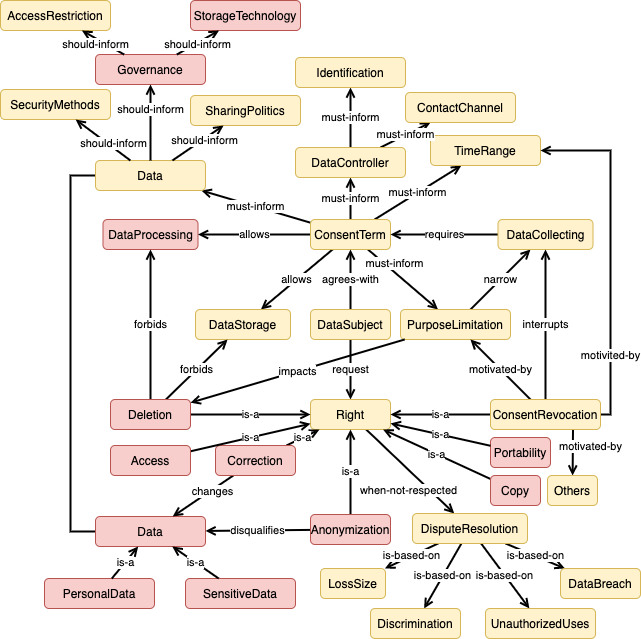
Above: img/DataUnavailabilityImpact.png in phalves/GoDReP (draw.io), before the change. Source tidied: cells renumbered, new cells last; positions are measured from the earlier drawing's top-left corner, leaving out a move shared by most shapes.
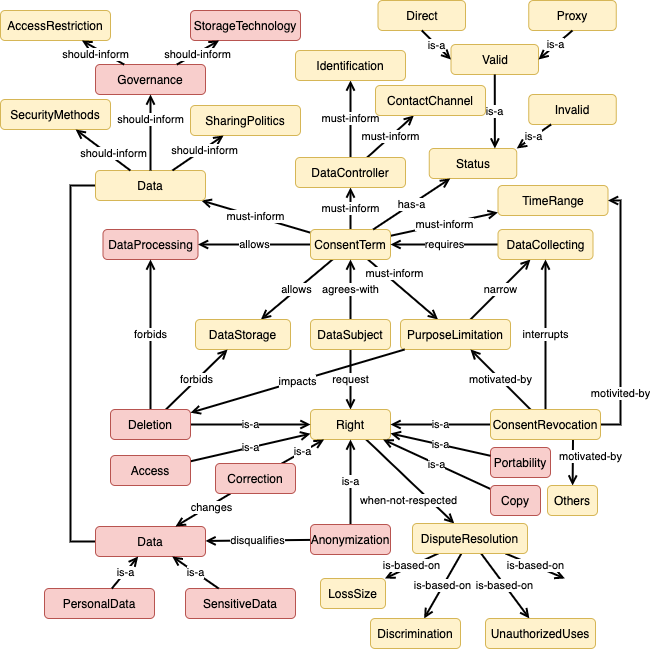
After the change.

Commit message:
Updating the scenario impact images

Diff of the diagram source:
```diff
@@ -33,7 +33,7 @@
       <mxGeometry x="400" y="309" width="110" height="30" as="geometry" />
     </mxCell>
     <mxCell id="12" value="TimeRange" style="rounded=1;whiteSpace=wrap;html=1;fillColor=#fff2cc;strokeColor=#d6b656;" parent="1" vertex="1">
-      <mxGeometry x="430" y="135" width="110" height="30" as="geometry" />
+      <mxGeometry x="497.5" y="175" width="110" height="30" as="geometry" />
     </mxCell>
     <mxCell id="13" value="must-inform" style="edgeStyle=none;rounded=0;jettySize=auto;html=1;endArrow=open;endFill=0;strokeWidth=2;" parent="1" edge="1" source="15" target="19">
       <mxGeometry relative="1" as="geometry" />
@@ -59,10 +59,10 @@
       <mxGeometry relative="1" as="geometry" />
     </mxCell>
     <mxCell id="19" value="Identification" style="rounded=1;whiteSpace=wrap;html=1;fillColor=#fff2cc;strokeColor=#d6b656;" parent="1" vertex="1">
-      <mxGeometry x="295" y="57" width="110" height="30" as="geometry" />
+      <mxGeometry x="295" y="40" width="110" height="30" as="geometry" />
     </mxCell>
     <mxCell id="20" value="ContactChannel" style="rounded=1;whiteSpace=wrap;html=1;fillColor=#fff2cc;strokeColor=#d6b656;" parent="1" vertex="1">
-      <mxGeometry x="405" y="92" width="110" height="30" as="geometry" />
+      <mxGeometry x="375" y="75" width="110" height="30" as="geometry" />
     </mxCell>
     <mxCell id="21" value="Data" style="rounded=1;whiteSpace=wrap;html=1;fillColor=#f8cecc;strokeColor=#b85450;" parent="1" vertex="1">
       <mxGeometry x="95" y="516" width="110" height="30" as="geometry" />
@@ -103,12 +103,12 @@
     <mxCell id="33" value="motivited-by" style="edgeStyle=none;rounded=0;jettySize=auto;html=1;endArrow=open;endFill=0;strokeWidth=2;" parent="1" edge="1" source="35" target="12">
       <mxGeometry x="-0.6" relative="1" as="geometry">
         <Array as="points">
-          <mxPoint x="610" y="414" />
-          <mxPoint x="610" y="150" />
+          <mxPoint x="620" y="414" />
+          <mxPoint x="620" y="190" />
         </Array>
       </mxGeometry>
     </mxCell>
-    <mxCell id="34" value="motivated-by" style="edgeStyle=none;rounded=0;jettySize=auto;html=1;endArrow=open;endFill=0;strokeWidth=2;exitX=0.75;exitY=1;exitDx=0;exitDy=0;" parent="1" edge="1" source="35" target="60">
+    <mxCell id="34" value="motivated-by" style="edgeStyle=none;rounded=0;jettySize=auto;html=1;endArrow=open;endFill=0;strokeWidth=2;exitX=0.75;exitY=1;exitDx=0;exitDy=0;" parent="1" edge="1" source="35" target="59">
       <mxGeometry x="-0.26" y="18" relative="1" as="geometry" />
     </mxCell>
     <mxCell id="35" value="ConsentRevocation" style="rounded=1;whiteSpace=wrap;html=1;fillColor=#fff2cc;strokeColor=#d6b656;" parent="1" vertex="1">
@@ -130,7 +130,7 @@
       <mxGeometry x="-0.29" y="2" relative="1" as="geometry" />
     </mxCell>
     <mxCell id="41" value="Correction" style="rounded=1;whiteSpace=wrap;html=1;fillColor=#f8cecc;strokeColor=#b85450;" parent="1" vertex="1">
-      <mxGeometry x="215" y="445" width="80" height="30" as="geometry" />
+      <mxGeometry x="215" y="453" width="80" height="30" as="geometry" />
     </mxCell>
     <mxCell id="42" value="is-a" style="edgeStyle=none;rounded=0;jettySize=auto;html=1;endArrow=open;endFill=0;strokeWidth=2;" parent="1" edge="1" source="45" target="26">
       <mxGeometry relative="1" as="geometry" />
@@ -156,8 +156,10 @@
     <mxCell id="49" value="is-based-on" style="edgeStyle=none;rounded=0;jettySize=auto;html=1;endArrow=open;endFill=0;strokeWidth=2;" parent="1" edge="1" source="51" target="54">
       <mxGeometry relative="1" as="geometry" />
     </mxCell>
-    <mxCell id="50" value="is-based-on" style="edgeStyle=none;rounded=0;jettySize=auto;html=1;endArrow=open;endFill=0;strokeWidth=2;" parent="1" edge="1" source="51" target="55">
-      <mxGeometry relative="1" as="geometry" />
+    <mxCell id="50" value="is-based-on" style="edgeStyle=none;rounded=0;jettySize=auto;html=1;endArrow=open;endFill=0;strokeWidth=2;" parent="1" edge="1" source="51">
+      <mxGeometry relative="1" as="geometry">
+        <mxPoint x="564.4" y="568" as="targetPoint" />
+      </mxGeometry>
     </mxCell>
     <mxCell id="51" value="DisputeResolution" style="rounded=1;whiteSpace=wrap;html=1;fillColor=#fff2cc;strokeColor=#d6b656;" parent="1" vertex="1">
       <mxGeometry x="412" y="513" width="115" height="30" as="geometry" />
@@ -171,74 +173,101 @@
     <mxCell id="54" value="UnauthorizedUses" style="rounded=1;whiteSpace=wrap;html=1;fillColor=#fff2cc;strokeColor=#d6b656;" parent="1" vertex="1">
       <mxGeometry x="485" y="608" width="110" height="30" as="geometry" />
     </mxCell>
-    <mxCell id="55" value="DataBreach" style="rounded=1;whiteSpace=wrap;html=1;fillColor=#fff2cc;strokeColor=#d6b656;" parent="1" vertex="1">
-      <mxGeometry x="560" y="568" width="80" height="30" as="geometry" />
+    <mxCell id="55" value="is-a" style="edgeStyle=none;rounded=0;jettySize=auto;html=1;endArrow=open;endFill=0;strokeWidth=2;" parent="1" edge="1" source="56" target="26">
+      <mxGeometry relative="1" as="geometry" />
     </mxCell>
-    <mxCell id="56" value="is-a" style="edgeStyle=none;rounded=0;jettySize=auto;html=1;endArrow=open;endFill=0;strokeWidth=2;" parent="1" edge="1" source="57" target="26">
-      <mxGeometry relative="1" as="geometry" />
+    <mxCell id="56" value="Access" style="rounded=1;whiteSpace=wrap;html=1;fillColor=#f8cecc;strokeColor=#b85450;" parent="1" vertex="1">
+      <mxGeometry x="110" y="445" width="80" height="30" as="geometry" />
     </mxCell>
-    <mxCell id="57" value="Access" style="rounded=1;whiteSpace=wrap;html=1;fillColor=#f8cecc;strokeColor=#b85450;" parent="1" vertex="1">
-      <mxGeometry x="110" y="445" width="80" height="30" as="geometry" />
+    <mxCell id="57" value="is-a" style="edgeStyle=none;rounded=0;jettySize=auto;html=1;endArrow=open;endFill=0;strokeWidth=2;" parent="1" edge="1" source="58" target="26">
+      <mxGeometry relative="1" as="geometry" />
     </mxCell>
-    <mxCell id="58" value="is-a" style="edgeStyle=none;rounded=0;jettySize=auto;html=1;endArrow=open;endFill=0;strokeWidth=2;" parent="1" edge="1" source="59" target="26">
-      <mxGeometry relative="1" as="geometry" />
+    <mxCell id="58" value="Copy" style="rounded=1;whiteSpace=wrap;html=1;fillColor=#f8cecc;strokeColor=#b85450;" parent="1" vertex="1">
+      <mxGeometry x="490" y="475" width="50" height="30" as="geometry" />
     </mxCell>
-    <mxCell id="59" value="Copy" style="rounded=1;whiteSpace=wrap;html=1;fillColor=#f8cecc;strokeColor=#b85450;" parent="1" vertex="1">
-      <mxGeometry x="490" y="475" width="50" height="30" as="geometry" />
+    <mxCell id="59" value="Others" style="rounded=1;whiteSpace=wrap;html=1;fillColor=#fff2cc;strokeColor=#d6b656;" parent="1" vertex="1">
+      <mxGeometry x="547" y="475" width="50" height="30" as="geometry" />
     </mxCell>
-    <mxCell id="60" value="Others" style="rounded=1;whiteSpace=wrap;html=1;fillColor=#fff2cc;strokeColor=#d6b656;" parent="1" vertex="1">
-      <mxGeometry x="547" y="475" width="50" height="30" as="geometry" />
+    <mxCell id="60" value="PersonalData" style="rounded=1;whiteSpace=wrap;html=1;fillColor=#f8cecc;strokeColor=#b85450;" parent="1" vertex="1">
+      <mxGeometry x="44" y="578" width="110" height="30" as="geometry" />
     </mxCell>
-    <mxCell id="61" value="PersonalData" style="rounded=1;whiteSpace=wrap;html=1;fillColor=#f8cecc;strokeColor=#b85450;" parent="1" vertex="1">
-      <mxGeometry x="44" y="578" width="110" height="30" as="geometry" />
+    <mxCell id="61" value="SensitiveData" style="rounded=1;whiteSpace=wrap;html=1;fillColor=#f8cecc;strokeColor=#b85450;" parent="1" vertex="1">
+      <mxGeometry x="185" y="578" width="110" height="30" as="geometry" />
     </mxCell>
-    <mxCell id="62" value="SensitiveData" style="rounded=1;whiteSpace=wrap;html=1;fillColor=#f8cecc;strokeColor=#b85450;" parent="1" vertex="1">
-      <mxGeometry x="185" y="578" width="110" height="30" as="geometry" />
+    <mxCell id="62" value="is-a" style="edgeStyle=none;rounded=0;jettySize=auto;html=1;endArrow=open;endFill=0;strokeWidth=2;" parent="1" edge="1" source="60" target="21">
+      <mxGeometry relative="1" as="geometry" />
     </mxCell>
     <mxCell id="63" value="is-a" style="edgeStyle=none;rounded=0;jettySize=auto;html=1;endArrow=open;endFill=0;strokeWidth=2;" parent="1" edge="1" source="61" target="21">
       <mxGeometry relative="1" as="geometry" />
     </mxCell>
-    <mxCell id="64" value="is-a" style="edgeStyle=none;rounded=0;jettySize=auto;html=1;endArrow=open;endFill=0;strokeWidth=2;" parent="1" edge="1" source="62" target="21">
-      <mxGeometry relative="1" as="geometry" />
+    <mxCell id="64" value="Portability" style="rounded=1;whiteSpace=wrap;html=1;fillColor=#f8cecc;strokeColor=#b85450;" parent="1" vertex="1">
+      <mxGeometry x="490" y="437" width="60" height="30" as="geometry" />
     </mxCell>
-    <mxCell id="65" value="Portability" style="rounded=1;whiteSpace=wrap;html=1;fillColor=#f8cecc;strokeColor=#b85450;" parent="1" vertex="1">
-      <mxGeometry x="490" y="437" width="60" height="30" as="geometry" />
+    <mxCell id="65" value="is-a" style="edgeStyle=none;rounded=0;jettySize=auto;html=1;endArrow=open;endFill=0;strokeWidth=2;" parent="1" edge="1" source="64" target="26">
+      <mxGeometry relative="1" as="geometry" />
     </mxCell>
-    <mxCell id="66" value="is-a" style="edgeStyle=none;rounded=0;jettySize=auto;html=1;endArrow=open;endFill=0;strokeWidth=2;" parent="1" edge="1" source="65" target="26">
-      <mxGeometry relative="1" as="geometry" />
+    <mxCell id="66" value="SecurityMethods" style="rounded=1;whiteSpace=wrap;html=1;fillColor=#fff2cc;strokeColor=#d6b656;" parent="1" vertex="1">
+      <mxGeometry y="89" width="110" height="30" as="geometry" />
     </mxCell>
-    <mxCell id="67" value="SecurityMethods" style="rounded=1;whiteSpace=wrap;html=1;fillColor=#fff2cc;strokeColor=#d6b656;" parent="1" vertex="1">
-      <mxGeometry y="89" width="110" height="30" as="geometry" />
+    <mxCell id="67" value="Governance" style="rounded=1;whiteSpace=wrap;html=1;fillColor=#f8cecc;strokeColor=#b85450;" parent="1" vertex="1">
+      <mxGeometry x="95" y="54" width="110" height="30" as="geometry" />
     </mxCell>
-    <mxCell id="68" value="Governance" style="rounded=1;whiteSpace=wrap;html=1;fillColor=#f8cecc;strokeColor=#b85450;" parent="1" vertex="1">
-      <mxGeometry x="95" y="54" width="110" height="30" as="geometry" />
+    <mxCell id="68" value="SharingPolitics" style="rounded=1;whiteSpace=wrap;html=1;fillColor=#fff2cc;strokeColor=#d6b656;" parent="1" vertex="1">
+      <mxGeometry x="190" y="95" width="110" height="30" as="geometry" />
     </mxCell>
-    <mxCell id="69" value="SharingPolitics" style="rounded=1;whiteSpace=wrap;html=1;fillColor=#fff2cc;strokeColor=#d6b656;" parent="1" vertex="1">
-      <mxGeometry x="190" y="95" width="110" height="30" as="geometry" />
+    <mxCell id="69" value="should-inform" style="edgeStyle=none;rounded=0;jettySize=auto;html=1;endArrow=open;endFill=0;strokeWidth=2;" parent="1" edge="1" source="17" target="68">
+      <mxGeometry x="0.21" y="-2" relative="1" as="geometry" />
     </mxCell>
-    <mxCell id="70" value="should-inform" style="edgeStyle=none;rounded=0;jettySize=auto;html=1;endArrow=open;endFill=0;strokeWidth=2;" parent="1" edge="1" source="17" target="69">
-      <mxGeometry x="0.21" y="-2" relative="1" as="geometry" />
+    <mxCell id="70" value="should-inform" style="edgeStyle=none;rounded=0;jettySize=auto;html=1;endArrow=open;endFill=0;strokeWidth=2;" parent="1" edge="1" source="17" target="66">
+      <mxGeometry x="-0.31" y="-3" relative="1" as="geometry" />
     </mxCell>
     <mxCell id="71" value="should-inform" style="edgeStyle=none;rounded=0;jettySize=auto;html=1;endArrow=open;endFill=0;strokeWidth=2;" parent="1" edge="1" source="17" target="67">
-      <mxGeometry x="-0.31" y="-3" relative="1" as="geometry" />
+      <mxGeometry x="0.33" relative="1" as="geometry" />
     </mxCell>
-    <mxCell id="72" value="should-inform" style="edgeStyle=none;rounded=0;jettySize=auto;html=1;endArrow=open;endFill=0;strokeWidth=2;" parent="1" edge="1" source="17" target="68">
-      <mxGeometry x="0.33" relative="1" as="geometry" />
+    <mxCell id="72" value="AccessRestriction" style="rounded=1;whiteSpace=wrap;html=1;fillColor=#fff2cc;strokeColor=#d6b656;" parent="1" vertex="1">
+      <mxGeometry width="110" height="30" as="geometry" />
     </mxCell>
-    <mxCell id="73" value="AccessRestriction" style="rounded=1;whiteSpace=wrap;html=1;fillColor=#fff2cc;strokeColor=#d6b656;" parent="1" vertex="1">
-      <mxGeometry width="110" height="30" as="geometry" />
+    <mxCell id="73" value="StorageTechnology" style="rounded=1;whiteSpace=wrap;html=1;fillColor=#f8cecc;strokeColor=#b85450;" parent="1" vertex="1">
+      <mxGeometry x="190" width="110" height="30" as="geometry" />
     </mxCell>
-    <mxCell id="74" value="StorageTechnology" style="rounded=1;whiteSpace=wrap;html=1;fillColor=#f8cecc;strokeColor=#b85450;" parent="1" vertex="1">
-      <mxGeometry x="190" width="110" height="30" as="geometry" />
+    <mxCell id="74" value="should-inform" style="edgeStyle=none;rounded=0;jettySize=auto;html=1;endArrow=open;endFill=0;strokeWidth=2;" parent="1" edge="1" source="67" target="72">
+      <mxGeometry x="0.25" y="6" relative="1" as="geometry" />
     </mxCell>
-    <mxCell id="75" value="should-inform" style="edgeStyle=none;rounded=0;jettySize=auto;html=1;endArrow=open;endFill=0;strokeWidth=2;" parent="1" edge="1" source="68" target="73">
-      <mxGeometry x="0.25" y="6" relative="1" as="geometry" />
+    <mxCell id="75" value="should-inform" style="edgeStyle=none;rounded=0;jettySize=auto;html=1;endArrow=open;endFill=0;strokeWidth=2;" parent="1" edge="1" source="67" target="73">
+      <mxGeometry x="-0.05" y="-2" relative="1" as="geometry" />
     </mxCell>
-    <mxCell id="76" value="should-inform" style="edgeStyle=none;rounded=0;jettySize=auto;html=1;endArrow=open;endFill=0;strokeWidth=2;" parent="1" edge="1" source="68" target="74">
-      <mxGeometry x="-0.05" y="-2" relative="1" as="geometry" />
+    <mxCell id="76" value="impacts" style="edgeStyle=none;rounded=0;jettySize=auto;html=1;endArrow=open;endFill=0;strokeWidth=2;" parent="1" edge="1" source="11" target="45">
+      <mxGeometry relative="1" as="geometry" />
     </mxCell>
-    <mxCell id="77" value="impacts" style="edgeStyle=none;rounded=0;jettySize=auto;html=1;endArrow=open;endFill=0;strokeWidth=2;" parent="1" edge="1" source="11" target="45">
-      <mxGeometry relative="1" as="geometry" />
+    <mxCell id="77" value="Status" style="rounded=1;whiteSpace=wrap;html=1;fillColor=#fff2cc;strokeColor=#d6b656;" parent="1" vertex="1">
+      <mxGeometry x="428.8" y="138" width="87.5" height="30" as="geometry" />
     </mxCell>
+    <mxCell id="78" value="has-a" style="edgeStyle=none;rounded=0;jettySize=auto;html=1;endArrow=open;endFill=0;strokeWidth=2;" parent="1" edge="1" source="9" target="77">
+      <mxGeometry relative="1" as="geometry" />
+    </mxCell>
+    <mxCell id="79" value="Valid" style="rounded=1;whiteSpace=wrap;html=1;fillColor=#fff2cc;strokeColor=#d6b656;" parent="1" vertex="1">
+      <mxGeometry x="450.5" y="34" width="87.5" height="30" as="geometry" />
+    </mxCell>
+    <mxCell id="80" value="Invalid" style="rounded=1;whiteSpace=wrap;html=1;fillColor=#fff2cc;strokeColor=#d6b656;" parent="1" vertex="1">
+      <mxGeometry x="528.2" y="84" width="87.5" height="30" as="geometry" />
+    </mxCell>
+    <mxCell id="81" value="is-a" style="edgeStyle=none;rounded=0;jettySize=auto;html=1;endArrow=open;endFill=0;strokeWidth=2;entryX=0.75;entryY=0;entryDx=0;entryDy=0;" parent="1" edge="1" source="79" target="77">
+      <mxGeometry relative="1" as="geometry" />
+    </mxCell>
+    <mxCell id="82" value="is-a" style="edgeStyle=none;rounded=0;jettySize=auto;html=1;endArrow=open;endFill=0;strokeWidth=2;entryX=1;entryY=0;entryDx=0;entryDy=0;" parent="1" edge="1" source="80" target="77">
+      <mxGeometry relative="1" as="geometry" />
+    </mxCell>
+    <mxCell id="83" value="Direct" style="rounded=1;whiteSpace=wrap;html=1;fillColor=#fff2cc;strokeColor=#d6b656;" parent="1" vertex="1">
+      <mxGeometry x="377.5" y="-10" width="87.5" height="30" as="geometry" />
+    </mxCell>
+    <mxCell id="84" value="Proxy" style="rounded=1;whiteSpace=wrap;html=1;fillColor=#fff2cc;strokeColor=#d6b656;" parent="1" vertex="1">
+      <mxGeometry x="528.2" y="-10" width="87.5" height="30" as="geometry" />
+    </mxCell>
+    <mxCell id="85" value="is-a" style="edgeStyle=none;rounded=0;jettySize=auto;html=1;endArrow=open;endFill=0;strokeWidth=2;exitX=0.5;exitY=1;exitDx=0;exitDy=0;entryX=0;entryY=0.5;entryDx=0;entryDy=0;" parent="1" edge="1" source="83" target="79">
+      <mxGeometry relative="1" as="geometry" />
+    </mxCell>
+    <mxCell id="86" value="is-a" style="edgeStyle=none;rounded=0;jettySize=auto;html=1;endArrow=open;endFill=0;strokeWidth=2;exitX=0.5;exitY=1;exitDx=0;exitDy=0;entryX=1;entryY=0.5;entryDx=0;entryDy=0;" parent="1" edge="1" source="84" target="79">
+      <mxGeometry relative="1" as="geometry" />
+    </mxCell>
   </root>
 </mxGraphModel>
```
